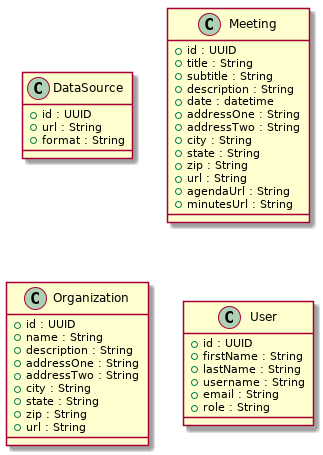
This is docs/api/domain-model/classes-0.1.png from devict/publicmeetings-back, a PlantUML export, as it was before one commit.
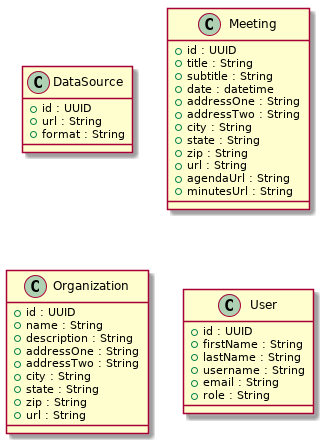
The same diagram one commit later.

Commit message:
Drop description on Meetings

Change to the diagram source:
```diff
@@ -9,7 +9,6 @@
     +id : UUID
     +title : String
     +subtitle : String
-    +description : String
     +date : datetime
     +addressOne : String
     +addressTwo : String
```
